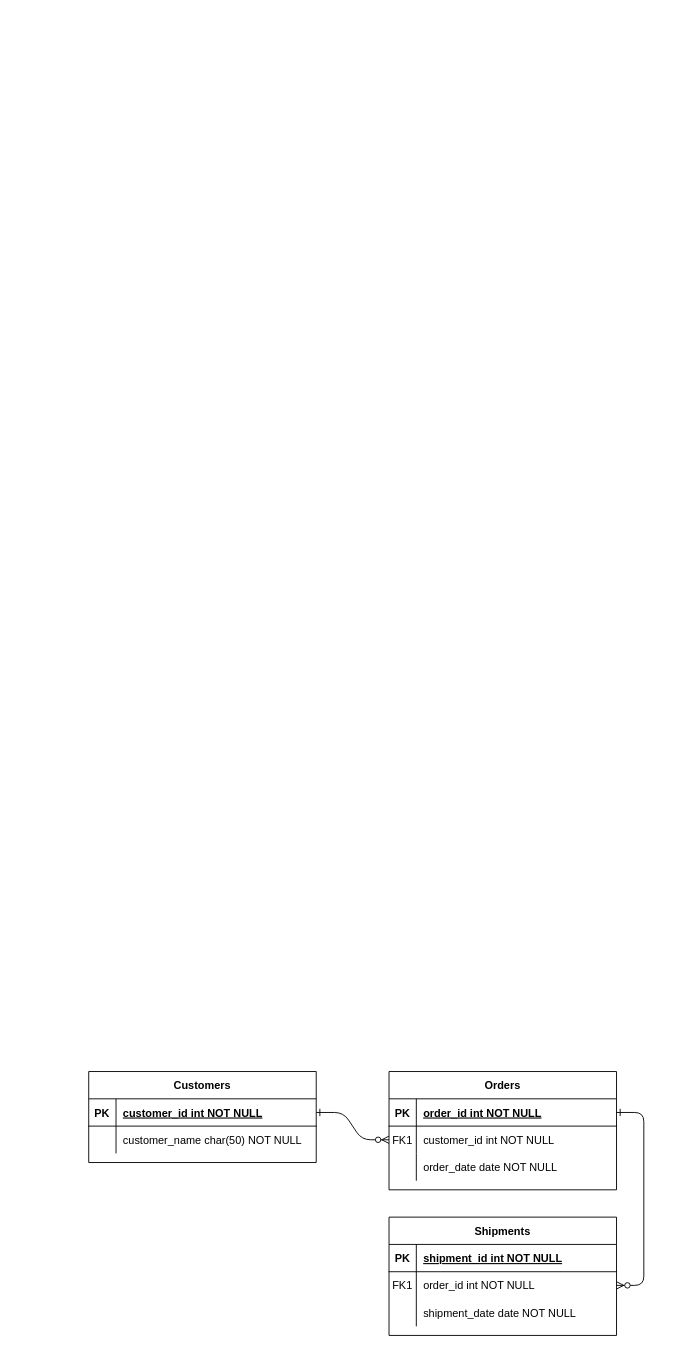
Above: HW DB/Untitled Diagram.drawio in vnukov-vv/AlfaCampus-SA (draw.io), before the change. Source tidied: cells renumbered, new cells numbered last; positions are measured from the earlier drawing's top-left corner, leaving out a move shared by most shapes. Both pictures are drawn from the tidied source at 91%, with x=0, y=0 at pixel (88, 1071).
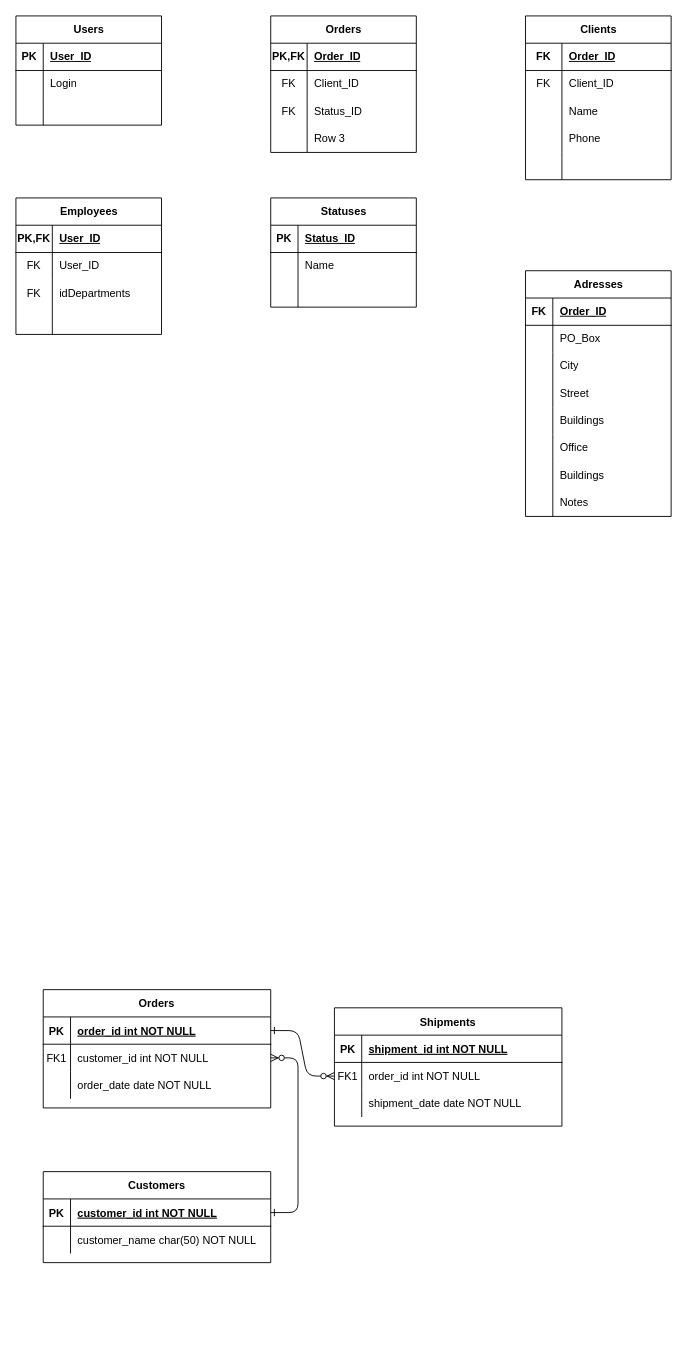
After the change.

Diff of the diagram source:
```diff
@@
     <mxCell id="4" value="Orders" style="shape=table;startSize=30;childLayout=tableLayout;rowLines=0;fontStyle=1;align=center;" parent="1" vertex="1">
-      <mxGeometry x="330" width="250" height="130" as="geometry" />
+      <mxGeometry x="-50" y="-90" width="250" height="130" as="geometry" />
     </mxCell>
@@
     <mxCell id="14" value="Shipments" style="shape=table;startSize=30;childLayout=tableLayout;rowLines=0;fontStyle=1;align=center;" parent="1" vertex="1">
-      <mxGeometry x="330" y="160" width="250" height="130" as="geometry" />
+      <mxGeometry x="270" y="-70" width="250" height="130" as="geometry" />
     </mxCell>
@@
     <mxCell id="24" value="Customers" style="shape=table;startSize=30;childLayout=tableLayout;rowLines=0;fontStyle=1;align=center;" parent="1" vertex="1">
-      <mxGeometry width="250" height="100" as="geometry" />
+      <mxGeometry x="-50" y="110" width="250" height="100" as="geometry" />
     </mxCell>
@@
+    <mxCell id="31" value="Users" style="shape=table;startSize=30;childLayout=tableLayout;rowLines=0;fontStyle=1;align=center;html=1;" parent="1" vertex="1">
+      <mxGeometry x="-80" y="-1160" width="160" height="120" as="geometry" />
+    </mxCell>
+    <mxCell id="32" style="shape=tableRow;horizontal=0;startSize=0;swimlaneHead=0;swimlaneBody=0;fillColor=none;top=0;left=0;right=0;bottom=1;" parent="31" vertex="1">
+      <mxGeometry y="30" width="160" height="30" as="geometry" />
+    </mxCell>
+    <mxCell id="33" value="PK" style="shape=partialRectangle;fillColor=none;top=0;left=0;bottom=0;right=0;fontStyle=1;overflow=hidden;whiteSpace=wrap;html=1;" parent="32" vertex="1">
+      <mxGeometry width="30" height="30" as="geometry" />
+    </mxCell>
+    <mxCell id="34" value="User_ID" style="shape=partialRectangle;fillColor=none;top=0;left=0;bottom=0;right=0;align=left;spacingLeft=6;fontStyle=5;overflow=hidden;whiteSpace=wrap;html=1;" parent="32" vertex="1">
+      <mxGeometry x="30" width="130" height="30" as="geometry" />
+    </mxCell>
+    <mxCell id="35" style="shape=tableRow;horizontal=0;startSize=0;swimlaneHead=0;swimlaneBody=0;fillColor=none;top=0;left=0;right=0;bottom=0;" parent="31" vertex="1">
+      <mxGeometry y="60" width="160" height="30" as="geometry" />
+    </mxCell>
+    <mxCell id="36" style="shape=partialRectangle;fillColor=none;top=0;left=0;bottom=0;right=0;overflow=hidden;whiteSpace=wrap;html=1;" parent="35" vertex="1">
+      <mxGeometry width="30" height="30" as="geometry" />
+    </mxCell>
+    <mxCell id="37" value="Login" style="shape=partialRectangle;fillColor=none;top=0;left=0;bottom=0;right=0;align=left;spacingLeft=6;overflow=hidden;whiteSpace=wrap;html=1;" parent="35" vertex="1">
+      <mxGeometry x="30" width="130" height="30" as="geometry" />
+    </mxCell>
+    <mxCell id="38" style="shape=tableRow;horizontal=0;startSize=0;swimlaneHead=0;swimlaneBody=0;fillColor=none;top=0;left=0;right=0;bottom=0;" parent="31" vertex="1">
+      <mxGeometry y="90" width="160" height="30" as="geometry" />
+    </mxCell>
+    <mxCell id="39" style="shape=partialRectangle;fillColor=none;top=0;left=0;bottom=0;right=0;overflow=hidden;whiteSpace=wrap;html=1;" parent="38" vertex="1">
+      <mxGeometry width="30" height="30" as="geometry" />
+    </mxCell>
+    <mxCell id="40" style="shape=partialRectangle;fillColor=none;top=0;left=0;bottom=0;right=0;align=left;spacingLeft=6;overflow=hidden;whiteSpace=wrap;html=1;" parent="38" vertex="1">
+      <mxGeometry x="30" width="130" height="30" as="geometry" />
+    </mxCell>
+    <mxCell id="41" value="Orders" style="shape=table;startSize=30;childLayout=tableLayout;rowLines=0;fontStyle=1;align=center;html=1;" parent="1" vertex="1">
+      <mxGeometry x="200" y="-1160" width="160" height="150" as="geometry" />
+    </mxCell>
+    <mxCell id="42" style="shape=tableRow;horizontal=0;startSize=0;swimlaneHead=0;swimlaneBody=0;fillColor=none;top=0;left=0;right=0;bottom=1;" parent="41" vertex="1">
+      <mxGeometry y="30" width="160" height="30" as="geometry" />
+    </mxCell>
+    <mxCell id="43" value="PK,FK" style="shape=partialRectangle;fillColor=none;top=0;left=0;bottom=0;right=0;fontStyle=1;overflow=hidden;whiteSpace=wrap;html=1;" parent="42" vertex="1">
+      <mxGeometry width="40" height="30" as="geometry" />
+    </mxCell>
+    <mxCell id="44" value="Order_ID" style="shape=partialRectangle;fillColor=none;top=0;left=0;bottom=0;right=0;align=left;spacingLeft=6;fontStyle=5;overflow=hidden;whiteSpace=wrap;html=1;" parent="42" vertex="1">
+      <mxGeometry x="40" width="120" height="30" as="geometry" />
+    </mxCell>
+    <mxCell id="45" style="shape=tableRow;horizontal=0;startSize=0;swimlaneHead=0;swimlaneBody=0;fillColor=none;top=0;left=0;right=0;bottom=0;" parent="41" vertex="1">
+      <mxGeometry y="60" width="160" height="30" as="geometry" />
+    </mxCell>
+    <mxCell id="46" value="FK" style="shape=partialRectangle;fillColor=none;top=0;left=0;bottom=0;right=0;overflow=hidden;whiteSpace=wrap;html=1;" parent="45" vertex="1">
+      <mxGeometry width="40" height="30" as="geometry" />
+    </mxCell>
+    <mxCell id="47" value="Client_ID" style="shape=partialRectangle;fillColor=none;top=0;left=0;bottom=0;right=0;align=left;spacingLeft=6;overflow=hidden;whiteSpace=wrap;html=1;" parent="45" vertex="1">
+      <mxGeometry x="40" width="120" height="30" as="geometry" />
+    </mxCell>
+    <mxCell id="48" style="shape=tableRow;horizontal=0;startSize=0;swimlaneHead=0;swimlaneBody=0;fillColor=none;top=0;left=0;right=0;bottom=0;" parent="41" vertex="1">
+      <mxGeometry y="90" width="160" height="30" as="geometry" />
+    </mxCell>
+    <mxCell id="49" value="FK" style="shape=partialRectangle;fillColor=none;top=0;left=0;bottom=0;right=0;overflow=hidden;whiteSpace=wrap;html=1;" parent="48" vertex="1">
+      <mxGeometry width="40" height="30" as="geometry" />
+    </mxCell>
+    <mxCell id="50" value="Status_ID" style="shape=partialRectangle;fillColor=none;top=0;left=0;bottom=0;right=0;align=left;spacingLeft=6;overflow=hidden;whiteSpace=wrap;html=1;" parent="48" vertex="1">
+      <mxGeometry x="40" width="120" height="30" as="geometry" />
+    </mxCell>
+    <mxCell id="51" style="shape=tableRow;horizontal=0;startSize=0;swimlaneHead=0;swimlaneBody=0;fillColor=none;top=0;left=0;right=0;bottom=0;" parent="41" vertex="1">
+      <mxGeometry y="120" width="160" height="30" as="geometry" />
+    </mxCell>
+    <mxCell id="52" style="shape=partialRectangle;fillColor=none;top=0;left=0;bottom=0;right=0;overflow=hidden;whiteSpace=wrap;html=1;" parent="51" vertex="1">
+      <mxGeometry width="40" height="30" as="geometry" />
+    </mxCell>
+    <mxCell id="53" value="Row 3" style="shape=partialRectangle;fillColor=none;top=0;left=0;bottom=0;right=0;align=left;spacingLeft=6;overflow=hidden;whiteSpace=wrap;html=1;" parent="51" vertex="1">
+      <mxGeometry x="40" width="120" height="30" as="geometry" />
+    </mxCell>
+    <mxCell id="54" value="Statuses" style="shape=table;startSize=30;childLayout=tableLayout;rowLines=0;fontStyle=1;align=center;html=1;" parent="1" vertex="1">
+      <mxGeometry x="200" y="-960" width="160" height="120" as="geometry" />
+    </mxCell>
+    <mxCell id="55" style="shape=tableRow;horizontal=0;startSize=0;swimlaneHead=0;swimlaneBody=0;fillColor=none;top=0;left=0;right=0;bottom=1;" parent="54" vertex="1">
+      <mxGeometry y="30" width="160" height="30" as="geometry" />
+    </mxCell>
+    <mxCell id="56" value="PK" style="shape=partialRectangle;fillColor=none;top=0;left=0;bottom=0;right=0;fontStyle=1;overflow=hidden;whiteSpace=wrap;html=1;" parent="55" vertex="1">
+      <mxGeometry width="30" height="30" as="geometry" />
+    </mxCell>
+    <mxCell id="57" value="Status_ID" style="shape=partialRectangle;fillColor=none;top=0;left=0;bottom=0;right=0;align=left;spacingLeft=6;fontStyle=5;overflow=hidden;whiteSpace=wrap;html=1;" parent="55" vertex="1">
+      <mxGeometry x="30" width="130" height="30" as="geometry" />
+    </mxCell>
+    <mxCell id="58" style="shape=tableRow;horizontal=0;startSize=0;swimlaneHead=0;swimlaneBody=0;fillColor=none;top=0;left=0;right=0;bottom=0;" parent="54" vertex="1">
+      <mxGeometry y="60" width="160" height="30" as="geometry" />
+    </mxCell>
+    <mxCell id="59" style="shape=partialRectangle;fillColor=none;top=0;left=0;bottom=0;right=0;overflow=hidden;whiteSpace=wrap;html=1;" parent="58" vertex="1">
+      <mxGeometry width="30" height="30" as="geometry" />
+    </mxCell>
+    <mxCell id="60" value="Name" style="shape=partialRectangle;fillColor=none;top=0;left=0;bottom=0;right=0;align=left;spacingLeft=6;overflow=hidden;whiteSpace=wrap;html=1;" parent="58" vertex="1">
+      <mxGeometry x="30" width="130" height="30" as="geometry" />
+    </mxCell>
+    <mxCell id="61" style="shape=tableRow;horizontal=0;startSize=0;swimlaneHead=0;swimlaneBody=0;fillColor=none;top=0;left=0;right=0;bottom=0;" parent="54" vertex="1">
+      <mxGeometry y="90" width="160" height="30" as="geometry" />
+    </mxCell>
+    <mxCell id="62" style="shape=partialRectangle;fillColor=none;top=0;left=0;bottom=0;right=0;overflow=hidden;whiteSpace=wrap;html=1;" parent="61" vertex="1">
+      <mxGeometry width="30" height="30" as="geometry" />
+    </mxCell>
+    <mxCell id="63" style="shape=partialRectangle;fillColor=none;top=0;left=0;bottom=0;right=0;align=left;spacingLeft=6;overflow=hidden;whiteSpace=wrap;html=1;" parent="61" vertex="1">
+      <mxGeometry x="30" width="130" height="30" as="geometry" />
+    </mxCell>
+    <mxCell id="64" value="Clients" style="shape=table;startSize=30;childLayout=tableLayout;rowLines=0;fontStyle=1;align=center;html=1;" parent="1" vertex="1">
+      <mxGeometry x="480" y="-1160" width="160" height="180" as="geometry" />
+    </mxCell>
+    <mxCell id="65" style="shape=tableRow;horizontal=0;startSize=0;swimlaneHead=0;swimlaneBody=0;fillColor=none;top=0;left=0;right=0;bottom=1;" parent="64" vertex="1">
+      <mxGeometry y="30" width="160" height="30" as="geometry" />
+    </mxCell>
+    <mxCell id="66" value="FK" style="shape=partialRectangle;fillColor=none;top=0;left=0;bottom=0;right=0;fontStyle=1;overflow=hidden;whiteSpace=wrap;html=1;" parent="65" vertex="1">
+      <mxGeometry width="40" height="30" as="geometry" />
+    </mxCell>
+    <mxCell id="67" value="Order_ID" style="shape=partialRectangle;fillColor=none;top=0;left=0;bottom=0;right=0;align=left;spacingLeft=6;fontStyle=5;overflow=hidden;whiteSpace=wrap;html=1;" parent="65" vertex="1">
+      <mxGeometry x="40" width="120" height="30" as="geometry" />
+    </mxCell>
+    <mxCell id="68" style="shape=tableRow;horizontal=0;startSize=0;swimlaneHead=0;swimlaneBody=0;fillColor=none;top=0;left=0;right=0;bottom=0;" parent="64" vertex="1">
+      <mxGeometry y="60" width="160" height="30" as="geometry" />
+    </mxCell>
+    <mxCell id="69" value="FK" style="shape=partialRectangle;fillColor=none;top=0;left=0;bottom=0;right=0;overflow=hidden;whiteSpace=wrap;html=1;" parent="68" vertex="1">
+      <mxGeometry width="40" height="30" as="geometry" />
+    </mxCell>
+    <mxCell id="70" value="Client_ID" style="shape=partialRectangle;fillColor=none;top=0;left=0;bottom=0;right=0;align=left;spacingLeft=6;overflow=hidden;whiteSpace=wrap;html=1;" parent="68" vertex="1">
+      <mxGeometry x="40" width="120" height="30" as="geometry" />
+    </mxCell>
+    <mxCell id="71" style="shape=tableRow;horizontal=0;startSize=0;swimlaneHead=0;swimlaneBody=0;fillColor=none;top=0;left=0;right=0;bottom=0;" parent="64" vertex="1">
+      <mxGeometry y="90" width="160" height="30" as="geometry" />
+    </mxCell>
+    <mxCell id="72" style="shape=partialRectangle;fillColor=none;top=0;left=0;bottom=0;right=0;overflow=hidden;whiteSpace=wrap;html=1;" parent="71" vertex="1">
+      <mxGeometry width="40" height="30" as="geometry" />
+    </mxCell>
+    <mxCell id="73" value="Name" style="shape=partialRectangle;fillColor=none;top=0;left=0;bottom=0;right=0;align=left;spacingLeft=6;overflow=hidden;whiteSpace=wrap;html=1;" parent="71" vertex="1">
+      <mxGeometry x="40" width="120" height="30" as="geometry" />
+    </mxCell>
+    <mxCell id="74" style="shape=tableRow;horizontal=0;startSize=0;swimlaneHead=0;swimlaneBody=0;fillColor=none;top=0;left=0;right=0;bottom=0;" parent="64" vertex="1">
+      <mxGeometry y="120" width="160" height="30" as="geometry" />
+    </mxCell>
+    <mxCell id="75" style="shape=partialRectangle;fillColor=none;top=0;left=0;bottom=0;right=0;overflow=hidden;whiteSpace=wrap;html=1;" parent="74" vertex="1">
+      <mxGeometry width="40" height="30" as="geometry" />
+    </mxCell>
+    <mxCell id="76" value="Phone" style="shape=partialRectangle;fillColor=none;top=0;left=0;bottom=0;right=0;align=left;spacingLeft=6;overflow=hidden;whiteSpace=wrap;html=1;" parent="74" vertex="1">
+      <mxGeometry x="40" width="120" height="30" as="geometry" />
+    </mxCell>
+    <mxCell id="77" style="shape=tableRow;horizontal=0;startSize=0;swimlaneHead=0;swimlaneBody=0;fillColor=none;top=0;left=0;right=0;bottom=0;" parent="64" vertex="1">
+      <mxGeometry y="150" width="160" height="30" as="geometry" />
+    </mxCell>
+    <mxCell id="78" style="shape=partialRectangle;fillColor=none;top=0;left=0;bottom=0;right=0;overflow=hidden;whiteSpace=wrap;html=1;" parent="77" vertex="1">
+      <mxGeometry width="40" height="30" as="geometry" />
+    </mxCell>
+    <mxCell id="79" style="shape=partialRectangle;fillColor=none;top=0;left=0;bottom=0;right=0;align=left;spacingLeft=6;overflow=hidden;whiteSpace=wrap;html=1;" parent="77" vertex="1">
+      <mxGeometry x="40" width="120" height="30" as="geometry" />
+    </mxCell>
+    <mxCell id="80" value="Adresses" style="shape=table;startSize=30;childLayout=tableLayout;rowLines=0;fontStyle=1;align=center;html=1;" parent="1" vertex="1">
+      <mxGeometry x="480" y="-880" width="160" height="270" as="geometry" />
+    </mxCell>
+    <mxCell id="81" style="shape=tableRow;horizontal=0;startSize=0;swimlaneHead=0;swimlaneBody=0;fillColor=none;top=0;left=0;right=0;bottom=1;" parent="80" vertex="1">
+      <mxGeometry y="30" width="160" height="30" as="geometry" />
+    </mxCell>
+    <mxCell id="82" value="FK" style="shape=partialRectangle;fillColor=none;top=0;left=0;bottom=0;right=0;fontStyle=1;overflow=hidden;whiteSpace=wrap;html=1;" parent="81" vertex="1">
+      <mxGeometry width="30" height="30" as="geometry" />
+    </mxCell>
+    <mxCell id="83" value="Order_ID" style="shape=partialRectangle;fillColor=none;top=0;left=0;bottom=0;right=0;align=left;spacingLeft=6;fontStyle=5;overflow=hidden;whiteSpace=wrap;html=1;" parent="81" vertex="1">
+      <mxGeometry x="30" width="130" height="30" as="geometry" />
+    </mxCell>
+    <mxCell id="84" style="shape=tableRow;horizontal=0;startSize=0;swimlaneHead=0;swimlaneBody=0;fillColor=none;top=0;left=0;right=0;bottom=0;" parent="80" vertex="1">
+      <mxGeometry y="60" width="160" height="30" as="geometry" />
+    </mxCell>
+    <mxCell id="85" style="shape=partialRectangle;fillColor=none;top=0;left=0;bottom=0;right=0;overflow=hidden;whiteSpace=wrap;html=1;" parent="84" vertex="1">
+      <mxGeometry width="30" height="30" as="geometry" />
+    </mxCell>
+    <mxCell id="86" value="PO_Box" style="shape=partialRectangle;fillColor=none;top=0;left=0;bottom=0;right=0;align=left;spacingLeft=6;overflow=hidden;whiteSpace=wrap;html=1;" parent="84" vertex="1">
+      <mxGeometry x="30" width="130" height="30" as="geometry" />
+    </mxCell>
+    <mxCell id="87" style="shape=tableRow;horizontal=0;startSize=0;swimlaneHead=0;swimlaneBody=0;fillColor=none;top=0;left=0;right=0;bottom=0;" parent="80" vertex="1">
+      <mxGeometry y="90" width="160" height="30" as="geometry" />
+    </mxCell>
+    <mxCell id="88" style="shape=partialRectangle;fillColor=none;top=0;left=0;bottom=0;right=0;overflow=hidden;whiteSpace=wrap;html=1;" parent="87" vertex="1">
+      <mxGeometry width="30" height="30" as="geometry" />
+    </mxCell>
+    <mxCell id="89" value="City" style="shape=partialRectangle;fillColor=none;top=0;left=0;bottom=0;right=0;align=left;spacingLeft=6;overflow=hidden;whiteSpace=wrap;html=1;" parent="87" vertex="1">
+      <mxGeometry x="30" width="130" height="30" as="geometry" />
+    </mxCell>
+    <mxCell id="90" style="shape=tableRow;horizontal=0;startSize=0;swimlaneHead=0;swimlaneBody=0;fillColor=none;top=0;left=0;right=0;bottom=0;" parent="80" vertex="1">
+      <mxGeometry y="120" width="160" height="30" as="geometry" />
+    </mxCell>
+    <mxCell id="91" style="shape=partialRectangle;fillColor=none;top=0;left=0;bottom=0;right=0;overflow=hidden;whiteSpace=wrap;html=1;" parent="90" vertex="1">
+      <mxGeometry width="30" height="30" as="geometry" />
+    </mxCell>
+    <mxCell id="92" value="Street" style="shape=partialRectangle;fillColor=none;top=0;left=0;bottom=0;right=0;align=left;spacingLeft=6;overflow=hidden;whiteSpace=wrap;html=1;" parent="90" vertex="1">
+      <mxGeometry x="30" width="130" height="30" as="geometry" />
+    </mxCell>
+    <mxCell id="93" style="shape=tableRow;horizontal=0;startSize=0;swimlaneHead=0;swimlaneBody=0;fillColor=none;top=0;left=0;right=0;bottom=0;" parent="80" vertex="1">
+      <mxGeometry y="150" width="160" height="30" as="geometry" />
+    </mxCell>
+    <mxCell id="94" style="shape=partialRectangle;fillColor=none;top=0;left=0;bottom=0;right=0;overflow=hidden;whiteSpace=wrap;html=1;" parent="93" vertex="1">
+      <mxGeometry width="30" height="30" as="geometry" />
+    </mxCell>
+    <mxCell id="95" value="Buildings" style="shape=partialRectangle;fillColor=none;top=0;left=0;bottom=0;right=0;align=left;spacingLeft=6;overflow=hidden;whiteSpace=wrap;html=1;" parent="93" vertex="1">
+      <mxGeometry x="30" width="130" height="30" as="geometry" />
+    </mxCell>
+    <mxCell id="96" style="shape=tableRow;horizontal=0;startSize=0;swimlaneHead=0;swimlaneBody=0;fillColor=none;top=0;left=0;right=0;bottom=0;" parent="80" vertex="1">
+      <mxGeometry y="180" width="160" height="30" as="geometry" />
+    </mxCell>
+    <mxCell id="97" style="shape=partialRectangle;fillColor=none;top=0;left=0;bottom=0;right=0;overflow=hidden;whiteSpace=wrap;html=1;" parent="96" vertex="1">
+      <mxGeometry width="30" height="30" as="geometry" />
+    </mxCell>
+    <mxCell id="98" value="Office" style="shape=partialRectangle;fillColor=none;top=0;left=0;bottom=0;right=0;align=left;spacingLeft=6;overflow=hidden;whiteSpace=wrap;html=1;" parent="96" vertex="1">
+      <mxGeometry x="30" width="130" height="30" as="geometry" />
+    </mxCell>
+    <mxCell id="99" style="shape=tableRow;horizontal=0;startSize=0;swimlaneHead=0;swimlaneBody=0;fillColor=none;top=0;left=0;right=0;bottom=0;" parent="80" vertex="1">
+      <mxGeometry y="210" width="160" height="30" as="geometry" />
+    </mxCell>
+    <mxCell id="100" style="shape=partialRectangle;fillColor=none;top=0;left=0;bottom=0;right=0;overflow=hidden;whiteSpace=wrap;html=1;" parent="99" vertex="1">
+      <mxGeometry width="30" height="30" as="geometry" />
+    </mxCell>
+    <mxCell id="101" value="Buildings" style="shape=partialRectangle;fillColor=none;top=0;left=0;bottom=0;right=0;align=left;spacingLeft=6;overflow=hidden;whiteSpace=wrap;html=1;" parent="99" vertex="1">
+      <mxGeometry x="30" width="130" height="30" as="geometry" />
+    </mxCell>
+    <mxCell id="102" style="shape=tableRow;horizontal=0;startSize=0;swimlaneHead=0;swimlaneBody=0;fillColor=none;top=0;left=0;right=0;bottom=0;" parent="80" vertex="1">
+      <mxGeometry y="240" width="160" height="30" as="geometry" />
+    </mxCell>
+    <mxCell id="103" style="shape=partialRectangle;fillColor=none;top=0;left=0;bottom=0;right=0;overflow=hidden;whiteSpace=wrap;html=1;" parent="102" vertex="1">
+      <mxGeometry width="30" height="30" as="geometry" />
+    </mxCell>
+    <mxCell id="104" value="Notes" style="shape=partialRectangle;fillColor=none;top=0;left=0;bottom=0;right=0;align=left;spacingLeft=6;overflow=hidden;whiteSpace=wrap;html=1;" parent="102" vertex="1">
+      <mxGeometry x="30" width="130" height="30" as="geometry" />
+    </mxCell>
+    <mxCell id="105" value="Employees" style="shape=table;startSize=30;childLayout=tableLayout;rowLines=0;fontStyle=1;align=center;html=1;" parent="1" vertex="1">
+      <mxGeometry x="-80" y="-960" width="160" height="150" as="geometry" />
+    </mxCell>
+    <mxCell id="106" style="shape=tableRow;horizontal=0;startSize=0;swimlaneHead=0;swimlaneBody=0;fillColor=none;top=0;left=0;right=0;bottom=1;" parent="105" vertex="1">
+      <mxGeometry y="30" width="160" height="30" as="geometry" />
+    </mxCell>
+    <mxCell id="107" value="PK,FK" style="shape=partialRectangle;fillColor=none;top=0;left=0;bottom=0;right=0;fontStyle=1;overflow=hidden;whiteSpace=wrap;html=1;" parent="106" vertex="1">
+      <mxGeometry width="40" height="30" as="geometry" />
+    </mxCell>
+    <mxCell id="108" value="User_ID" style="shape=partialRectangle;fillColor=none;top=0;left=0;bottom=0;right=0;align=left;spacingLeft=6;fontStyle=5;overflow=hidden;whiteSpace=wrap;html=1;" parent="106" vertex="1">
+      <mxGeometry x="40" width="120" height="30" as="geometry" />
+    </mxCell>
+    <mxCell id="109" style="shape=tableRow;horizontal=0;startSize=0;swimlaneHead=0;swimlaneBody=0;fillColor=none;top=0;left=0;right=0;bottom=0;" parent="105" vertex="1">
+      <mxGeometry y="60" width="160" height="30" as="geometry" />
+    </mxCell>
+    <mxCell id="110" value="FK" style="shape=partialRectangle;fillColor=none;top=0;left=0;bottom=0;right=0;overflow=hidden;whiteSpace=wrap;html=1;" parent="109" vertex="1">
+      <mxGeometry width="40" height="30" as="geometry" />
+    </mxCell>
+    <mxCell id="111" value="User_ID" style="shape=partialRectangle;fillColor=none;top=0;left=0;bottom=0;right=0;align=left;spacingLeft=6;overflow=hidden;whiteSpace=wrap;html=1;" parent="109" vertex="1">
+      <mxGeometry x="40" width="120" height="30" as="geometry" />
+    </mxCell>
+    <mxCell id="112" style="shape=tableRow;horizontal=0;startSize=0;swimlaneHead=0;swimlaneBody=0;fillColor=none;top=0;left=0;right=0;bottom=0;" parent="105" vertex="1">
+      <mxGeometry y="90" width="160" height="30" as="geometry" />
+    </mxCell>
+    <mxCell id="113" value="FK" style="shape=partialRectangle;fillColor=none;top=0;left=0;bottom=0;right=0;overflow=hidden;whiteSpace=wrap;html=1;" parent="112" vertex="1">
+      <mxGeometry width="40" height="30" as="geometry" />
+    </mxCell>
+    <mxCell id="114" value="idDepartments" style="shape=partialRectangle;fillColor=none;top=0;left=0;bottom=0;right=0;align=left;spacingLeft=6;overflow=hidden;whiteSpace=wrap;html=1;" parent="112" vertex="1">
+      <mxGeometry x="40" width="120" height="30" as="geometry" />
+    </mxCell>
+    <mxCell id="115" style="shape=tableRow;horizontal=0;startSize=0;swimlaneHead=0;swimlaneBody=0;fillColor=none;top=0;left=0;right=0;bottom=0;" parent="105" vertex="1">
+      <mxGeometry y="120" width="160" height="30" as="geometry" />
+    </mxCell>
+    <mxCell id="116" style="shape=partialRectangle;fillColor=none;top=0;left=0;bottom=0;right=0;overflow=hidden;whiteSpace=wrap;html=1;" parent="115" vertex="1">
+      <mxGeometry width="40" height="30" as="geometry" />
+    </mxCell>
+    <mxCell id="117" style="shape=partialRectangle;fillColor=none;top=0;left=0;bottom=0;right=0;align=left;spacingLeft=6;overflow=hidden;whiteSpace=wrap;html=1;" parent="115" vertex="1">
+      <mxGeometry x="40" width="120" height="30" as="geometry" />
+    </mxCell>
```
